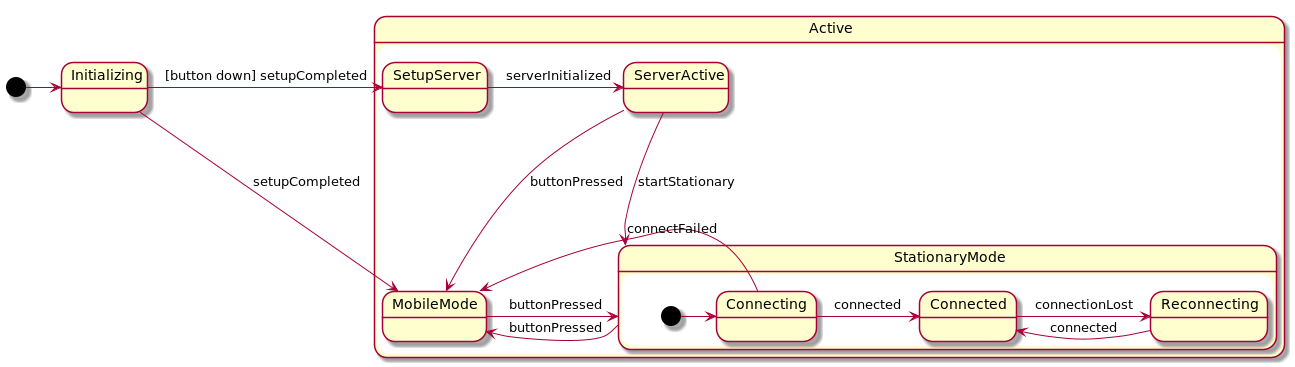
Above: designs/diagrams/esp-states.png in Safecast/bGeigieCast (PlantUML), before the change.
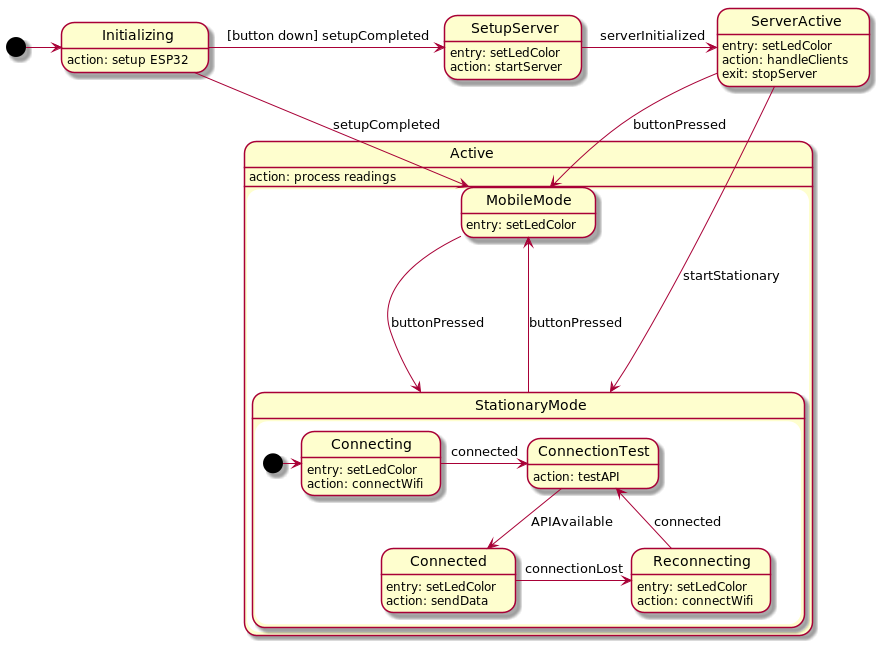
After the commit.

Change to the diagram source:
```diff
@@ -1,40 +1,58 @@
 @startuml
 
 State Initializing
+Initializing: action: setup ESP32
+state SetupServer
+SetupServer: entry: setLedColor
+SetupServer: action: startServer
+state ServerActive
+ServerActive: entry: setLedColor
+ServerActive: action: handleClients
+ServerActive: exit: stopServer
 State Active
+Active: action: process readings
 
-[*] -> Initializing
 
 state Active {
-    state SetupServer
-    state ServerActive
     state StationaryMode
     state MobileMode
+    MobileMode: entry: setLedColor
 
     state StationaryMode {
         state Connecting
+        Connecting: entry: setLedColor
+        Connecting: action: connectWifi
+        state ConnectionTest
+        ConnectionTest: action: testAPI
         state Connected
+        Connected: entry: setLedColor
+        Connected: action: sendData
         state Reconnecting
+        Reconnecting: entry: setLedColor
+        Reconnecting: action: connectWifi
 
         [*] -> Connecting
-        Connecting -> Connected : connected
+        Connecting -> ConnectionTest : connected
+        ConnectionTest --> Connected : APIAvailable
         Connected -> Reconnecting : connectionLost
-        Reconnecting -l-> Connected : connected
-
-        Connecting -> MobileMode : connectFailed
+        Reconnecting -l-> ConnectionTest : connected
 
     }
 
-    Initializing -> MobileMode : setupCompleted
-    Initializing -> SetupServer : [button down] setupCompleted
 
-    SetupServer -> ServerActive : serverInitialized
-    ServerActive --> MobileMode : buttonPressed
-    ServerActive --> StationaryMode : startStationary
-
-    MobileMode -> StationaryMode : buttonPressed
-    StationaryMode --> MobileMode : buttonPressed
+    MobileMode -d-> StationaryMode : buttonPressed
+    StationaryMode -u-> MobileMode : buttonPressed
 }
 
+[*] -> Initializing
+Initializing -> SetupServer : [button down] setupCompleted
+Initializing --> MobileMode : setupCompleted
+
+SetupServer -> ServerActive : serverInitialized
+ServerActive --> MobileMode : buttonPressed
+ServerActive --> StationaryMode : startStationary
+
+Initializing -[hidden]-> Active
+MobileMode -[hidden]> StationaryMode
 
 @enduml
```
